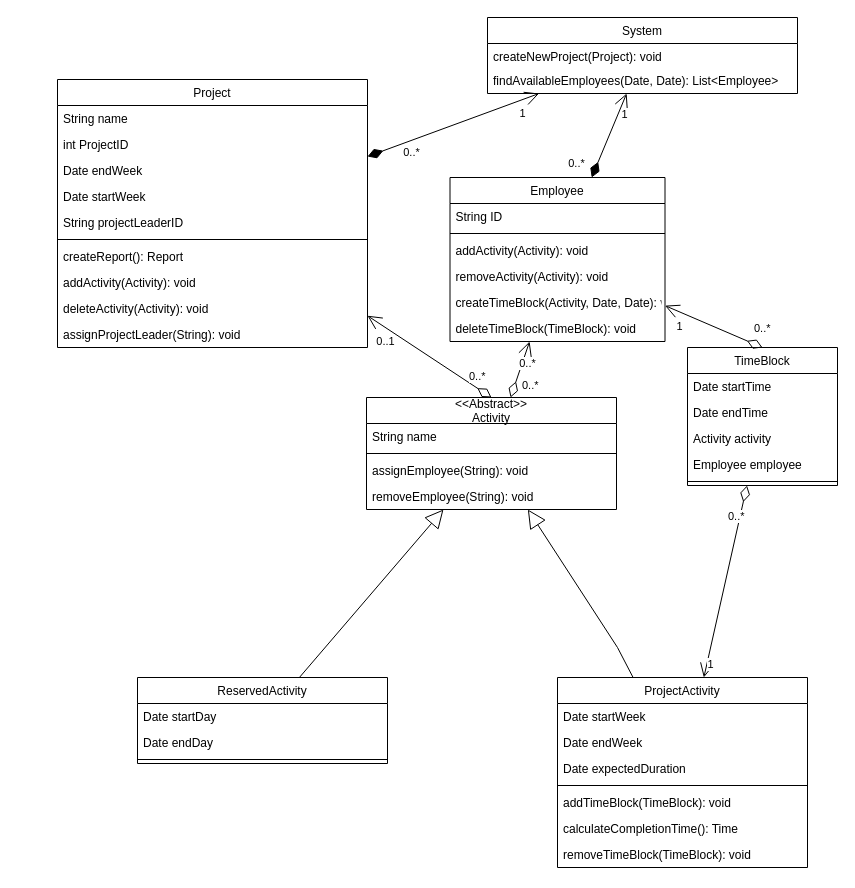
The draw.io diagram Overordnet - klassediagram.drawio in Buildasaurus/02161-Projekt, before the edit. Source tidied: cells renumbered, new cells numbered last; positions are measured from the earlier drawing's top-left corner, leaving out a move shared by most shapes. Both pictures are drawn from the tidied source at 100%, with x=0, y=0 at pixel (57, 17).
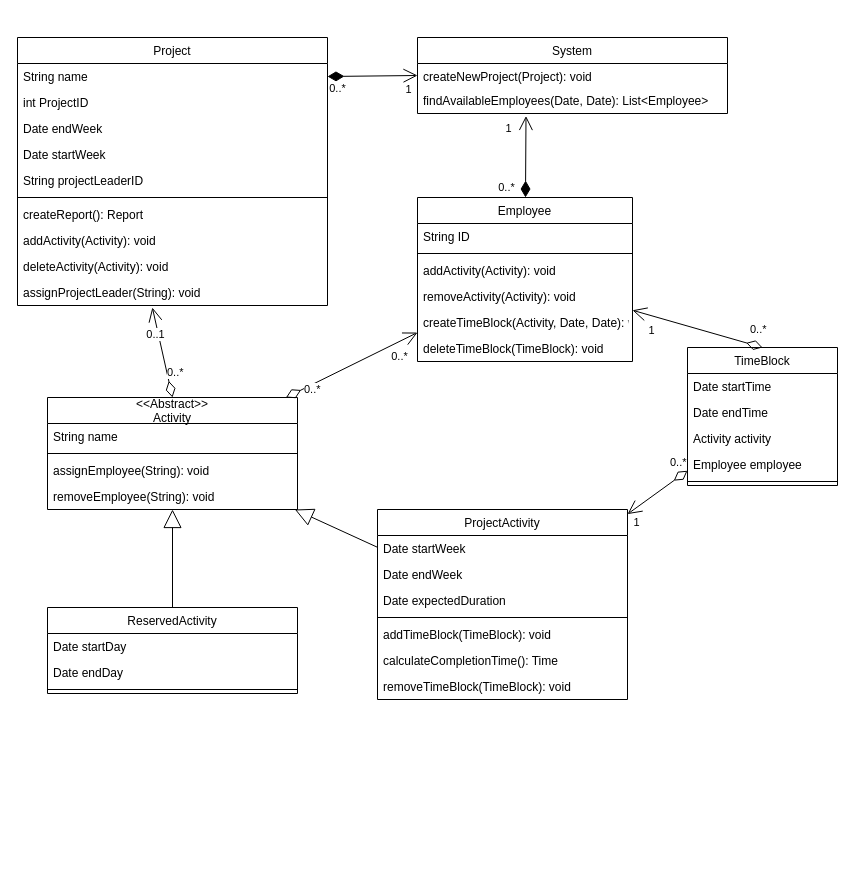
The same page after the edit.

Commit message (it also covers changes not shown here):
class diagram update

The change refers to these unchanged cells:
```xml
<mxCell id="3" value="String name" style="text;strokeColor=none;fillColor=none;align=left;verticalAlign=top;spacingLeft=4;spacingRight=4;overflow=hidden;points=[[0,0.5],[1,0.5]];portConstraint=eastwest;" parent="2" vertex="1">
  <mxGeometry y="26" width="310" height="26" as="geometry" />
</mxCell>
<mxCell id="12" value="assignProjectLeader(String): void" style="text;strokeColor=none;fillColor=none;align=left;verticalAlign=top;spacingLeft=4;spacingRight=4;overflow=hidden;points=[[0,0.5],[1,0.5]];portConstraint=eastwest;" parent="2" vertex="1">
  <mxGeometry y="242" width="310" height="26" as="geometry" />
</mxCell>
<mxCell id="28" value="createNewProject(Project): void" style="text;strokeColor=none;fillColor=none;align=left;verticalAlign=top;spacingLeft=4;spacingRight=4;overflow=hidden;points=[[0,0.5],[1,0.5]];portConstraint=eastwest;" parent="27" vertex="1">
  <mxGeometry y="26" width="310" height="24" as="geometry" />
</mxCell>
<mxCell id="29" value="findAvailableEmployees(Date, Date): List&lt;Employee&gt;" style="text;strokeColor=none;fillColor=none;align=left;verticalAlign=top;spacingLeft=4;spacingRight=4;overflow=hidden;points=[[0,0.5],[1,0.5]];portConstraint=eastwest;" parent="27" vertex="1">
  <mxGeometry y="50" width="310" height="26" as="geometry" />
</mxCell>
```

Diff of the diagram source:
```diff
@@
     <mxCell id="2" value="Project" style="swimlane;fontStyle=0;horizontal=1;startSize=26;fillColor=none;" parent="1" vertex="1">
-      <mxGeometry y="62" width="310" height="268" as="geometry" />
+      <mxGeometry x="-40" y="20" width="310" height="268" as="geometry" />
     </mxCell>
@@
     <mxCell id="13" value="&lt;&lt;Abstract&gt;&gt;&#10;Activity" style="swimlane;fontStyle=0;horizontal=1;startSize=26;fillColor=none;" parent="1" vertex="1">
-      <mxGeometry x="309" y="380" width="250" height="112" as="geometry" />
+      <mxGeometry x="-10" y="380" width="250" height="112" as="geometry" />
     </mxCell>
@@
     <mxCell id="18" value="Employee" style="swimlane;fontStyle=0;horizontal=1;startSize=26;fillColor=none;" parent="1" vertex="1">
-      <mxGeometry x="392.5" y="160" width="215" height="164" as="geometry" />
+      <mxGeometry x="360" y="180" width="215" height="164" as="geometry" />
     </mxCell>
@@
     <mxCell id="27" value="System" style="swimlane;fontStyle=0;horizontal=1;startSize=26;fillColor=none;" parent="1" vertex="1">
-      <mxGeometry x="430" width="310" height="76" as="geometry" />
+      <mxGeometry x="360" y="20" width="310" height="76" as="geometry" />
     </mxCell>
@@
-    <mxCell id="30" style="endArrow=open;html=1;endSize=12;startArrow=diamondThin;startSize=14;startFill=1;align=left;verticalAlign=bottom;rounded=0;elbow=vertical;" parent="1" edge="1" source="2" target="27">
+    <mxCell id="30" style="endArrow=open;html=1;endSize=12;startArrow=diamondThin;startSize=14;startFill=1;align=left;verticalAlign=bottom;rounded=0;elbow=vertical;entryX=0;entryY=0.5;entryDx=0;entryDy=0;exitX=1;exitY=0.5;exitDx=0;exitDy=0;" parent="1" edge="1" source="3" target="28">
       <mxGeometry x="-0.86" y="-29" relative="1" as="geometry" />
     </mxCell>
     <mxCell id="31" value="0..*" style="edgeLabel;html=1;align=center;verticalAlign=middle;" parent="30" vertex="1">
       <mxGeometry x="0.76" relative="1" as="geometry">
-        <mxPoint x="-108" y="51" as="offset" />
+        <mxPoint x="-69" y="12" as="offset" />
       </mxGeometry>
     </mxCell>
@@
-    <mxCell id="33" value="0..*" style="endArrow=open;html=1;endSize=12;startArrow=diamondThin;startSize=14;startFill=0;align=left;verticalAlign=bottom;rounded=0;elbow=vertical;exitX=0.5;exitY=0;exitDx=0;exitDy=0;" parent="1" edge="1" source="13" target="2">
+    <mxCell id="33" value="0..*" style="endArrow=open;html=1;endSize=12;startArrow=diamondThin;startSize=14;startFill=0;align=left;verticalAlign=bottom;rounded=0;elbow=vertical;exitX=0.5;exitY=0;exitDx=0;exitDy=0;entryX=0.435;entryY=1.077;entryDx=0;entryDy=0;entryPerimeter=0;" parent="1" edge="1" source="13" target="12">
       <mxGeometry x="-0.63" y="3" relative="1" as="geometry" />
     </mxCell>
@@
-    <mxCell id="45" style="endArrow=open;html=1;endSize=12;startArrow=diamondThin;startSize=14;startFill=1;align=left;verticalAlign=bottom;rounded=0;elbow=vertical;" parent="1" edge="1" source="18" target="27">
+    <mxCell id="45" style="endArrow=open;html=1;endSize=12;startArrow=diamondThin;startSize=14;startFill=1;align=left;verticalAlign=bottom;rounded=0;elbow=vertical;entryX=0.35;entryY=1.096;entryDx=0;entryDy=0;entryPerimeter=0;" parent="1" edge="1" source="18" target="29">
       <mxGeometry x="-0.86" y="-29" relative="1" as="geometry" />
     </mxCell>
     <mxCell id="46" value="1" style="edgeLabel;html=1;align=center;verticalAlign=middle;rotation=0;" parent="45" vertex="1">
       <mxGeometry x="0.81" y="-2" relative="1" as="geometry">
-        <mxPoint x="-1" y="11" as="offset" />
+        <mxPoint x="-20" y="4" as="offset" />
       </mxGeometry>
     </mxCell>
     <mxCell id="47" value="0..*" style="edgeLabel;html=1;align=center;verticalAlign=middle;" parent="45" vertex="1">
       <mxGeometry x="-0.75" y="2" relative="1" as="geometry">
-        <mxPoint x="-18" y="-4" as="offset" />
+        <mxPoint x="-18" as="offset" />
       </mxGeometry>
     </mxCell>
     <mxCell id="48" value="ProjectActivity" style="swimlane;fontStyle=0;horizontal=1;startSize=26;fillColor=none;" parent="1" vertex="1">
-      <mxGeometry x="500" y="660" width="250" height="190" as="geometry" />
+      <mxGeometry x="320" y="492" width="250" height="190" as="geometry" />
     </mxCell>
@@
     <mxCell id="56" value="ReservedActivity" style="swimlane;fontStyle=0;horizontal=1;startSize=26;fillColor=none;" parent="1" vertex="1">
-      <mxGeometry x="80" y="660" width="250" height="86" as="geometry" />
+      <mxGeometry x="-10" y="590" width="250" height="86" as="geometry" />
     </mxCell>
@@
     <mxCell id="61" style="endArrow=block;endSize=16;endFill=0;html=1;rounded=0;" parent="1" edge="1" source="48" target="13">
-      <mxGeometry relative="1" as="geometry">
-        <Array as="points">
-          <mxPoint x="560" y="630" />
-        </Array>
-      </mxGeometry>
+      <mxGeometry relative="1" as="geometry" />
     </mxCell>
```
